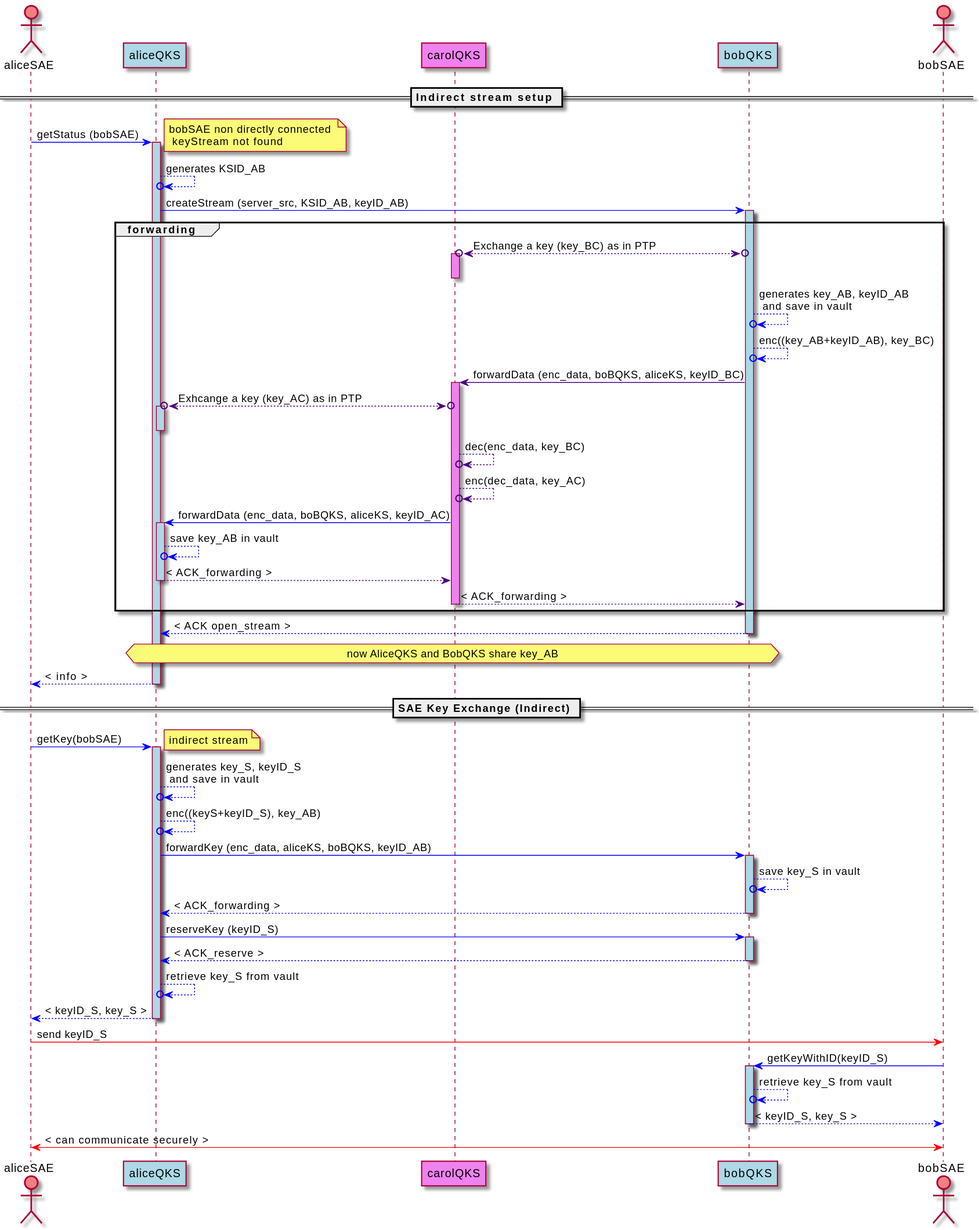
This is docs/img/TN_sequence_diagram.svg from ignaziopedone/qkd-keyserver, a PlantUML export, as it was before one commit. Its diagram source:
```plantuml
@startuml
actor aliceSAE as ASAE order 1  #lightCoral
actor bobSAE as BSAE order 5  #lightCoral
participant aliceQKS as AQKS order 2 #LightBlue
participant bobQKS as BQKS order 4 #LightBlue
participant carolQKS as CQKS order 3 #violet


== Indirect stream setup ==
ASAE -[#blue]> AQKS : getStatus (bobSAE)
activate AQKS #LightBlue
note right: bobSAE non directly connected \n keyStream not found
AQKS -[#blue]->o AQKS : generates KSID_AB
AQKS -[#blue]> BQKS : createStream (server_src, KSID_AB, keyID_AB)
activate BQKS #LightBlue

group forwarding
BQKS o<-[#indigo]->o CQKS :  Exchange a key (key_BC) as in PTP
activate CQKS #violet
deactivate CQKS
BQKS -[#blue]->o BQKS : generates key_AB, keyID_AB \n and save in vault
BQKS -[#blue]->o BQKS : enc((key_AB+keyID_AB), key_BC)
BQKS -[#indigo]> CQKS : forwardData (enc_data, boBQKS, aliceKS, keyID_BC)
activate CQKS #violet

CQKS o<-[#indigo]->o AQKS : Exhcange a key (key_AC) as in PTP
activate AQKS #LightBlue
deactivate AQKS
CQKS -[#indigo]->o CQKS : dec(enc_data, key_BC)
CQKS -[#indigo]->o CQKS : enc(dec_data, key_AC)
CQKS -[#blue]> AQKS : forwardData (enc_data, boBQKS, aliceKS, keyID_AC)
activate AQKS #LightBlue
AQKS -[#blue]->o AQKS : save key_AB in vault
AQKS -[#indigo]-> CQKS : < ACK_forwarding >
deactivate AQKS
CQKS -[#indigo]-> BQKS : < ACK_forwarding >
deactivate CQKS
end

BQKS -[#blue]-> AQKS : < ACK open_stream >
deactivate BQKS
hnote over AQKS,BQKS : now AliceQKS and BobQKS share key_AB
AQKS -[#blue]-> ASAE : < info >
deactivate AQKS


== SAE Key Exchange (Indirect) ==

ASAE -[#blue]> AQKS : getKey(bobSAE)
activate AQKS #LightBlue
note right: indirect stream
AQKS -[#blue]->o AQKS : generates key_S, keyID_S \n and save in vault
AQKS -[#blue]->o AQKS : enc((keyS+keyID_S), key_AB)
AQKS -[#blue]> BQKS : forwardKey (enc_data, aliceKS, boBQKS, keyID_AB)
activate BQKS #LightBlue
BQKS -[#blue]->o BQKS :save key_S in vault
BQKS -[#blue]-> AQKS : < ACK_forwarding >
deactivate BQKS
AQKS -[#blue]> BQKS : reserveKey (keyID_S)
activate BQKS #LightBlue
BQKS -[#blue]-> AQKS : < ACK_reserve >
deactivate BQKS
AQKS -[#blue]->o AQKS : retrieve key_S from vault
AQKS -[#blue]-> ASAE : < keyID_S, key_S >
deactivate AQKS
ASAE -[#red]> BSAE : send keyID_S
BSAE -[#blue]> BQKS : getKeyWithID(keyID_S)
activate BQKS #LightBlue
BQKS -[#blue]->o BQKS : retrieve key_S from vault
BQKS -[#blue]-> BSAE : < keyID_S, key_S >
deactivate BQKS
ASAE <-[#red]> BSAE : < can communicate securely >
@enduml
```
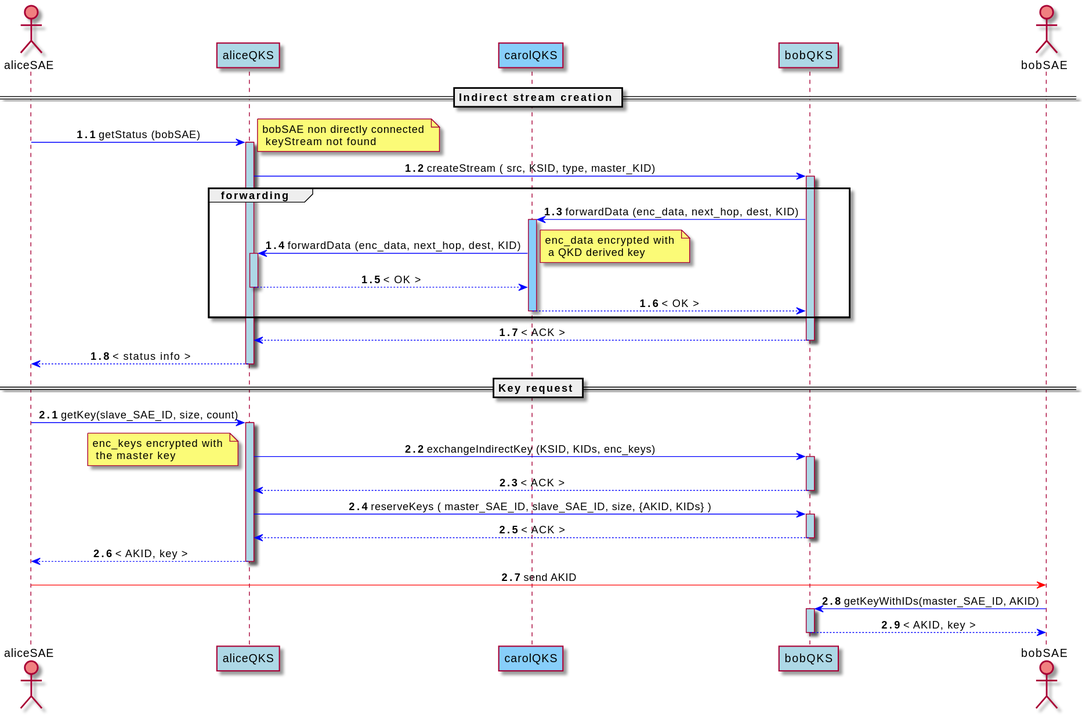
After the commit.

Commit message:
updated sequence diagrams

Change to the diagram source:
```diff
@@ -1,73 +1,39 @@
 @startuml
+skinparam sequenceMessageAlign center
 actor aliceSAE as ASAE order 1  #lightCoral
 actor bobSAE as BSAE order 5  #lightCoral
 participant aliceQKS as AQKS order 2 #LightBlue
 participant bobQKS as BQKS order 4 #LightBlue
-participant carolQKS as CQKS order 3 #violet
+participant carolQKS as CQKS order 3 #lightskyblue
+
+== Indirect stream creation ==
+autonumber 1.1
+ASAE -[#blue]> AQKS ++ #LightBlue: getStatus (bobSAE)
+note right: bobSAE non directly connected \n keyStream not found
+AQKS -[#blue]> BQKS ++ #lightblue : createStream ( src, KSID, type, master_KID)
+
+group forwarding
+BQKS -[#blue]> CQKS ++ #lightskyblue: forwardData (enc_data, next_hop, dest, KID)
+CQKS -[#blue]> AQKS ++ #lightblue: forwardData (enc_data, next_hop, dest, KID)
+note right: enc_data encrypted with \n a QKD derived key
+AQKS -[#blue]-> CQKS --: < OK >
+CQKS -[#blue]-> BQKS --: < OK >
+end
+
+BQKS -[#blue]-> AQKS --: < ACK >
+AQKS -[#blue]-> ASAE --: < status info >
 
 
-== Indirect stream setup ==
-ASAE -[#blue]> AQKS : getStatus (bobSAE)
-activate AQKS #LightBlue
-note right: bobSAE non directly connected \n keyStream not found
-AQKS -[#blue]->o AQKS : generates KSID_AB
-AQKS -[#blue]> BQKS : createStream (server_src, KSID_AB, keyID_AB)
-activate BQKS #LightBlue
-
-group forwarding
-BQKS o<-[#indigo]->o CQKS :  Exchange a key (key_BC) as in PTP
-activate CQKS #violet
-deactivate CQKS
-BQKS -[#blue]->o BQKS : generates key_AB, keyID_AB \n and save in vault
-BQKS -[#blue]->o BQKS : enc((key_AB+keyID_AB), key_BC)
-BQKS -[#indigo]> CQKS : forwardData (enc_data, boBQKS, aliceKS, keyID_BC)
-activate CQKS #violet
-
-CQKS o<-[#indigo]->o AQKS : Exhcange a key (key_AC) as in PTP
-activate AQKS #LightBlue
-deactivate AQKS
-CQKS -[#indigo]->o CQKS : dec(enc_data, key_BC)
-CQKS -[#indigo]->o CQKS : enc(dec_data, key_AC)
-CQKS -[#blue]> AQKS : forwardData (enc_data, boBQKS, aliceKS, keyID_AC)
-activate AQKS #LightBlue
-AQKS -[#blue]->o AQKS : save key_AB in vault
-AQKS -[#indigo]-> CQKS : < ACK_forwarding >
-deactivate AQKS
-CQKS -[#indigo]-> BQKS : < ACK_forwarding >
-deactivate CQKS
-end
-
-BQKS -[#blue]-> AQKS : < ACK open_stream >
-deactivate BQKS
-hnote over AQKS,BQKS : now AliceQKS and BobQKS share key_AB
-AQKS -[#blue]-> ASAE : < info >
-deactivate AQKS
-
-
-== SAE Key Exchange (Indirect) ==
-
-ASAE -[#blue]> AQKS : getKey(bobSAE)
-activate AQKS #LightBlue
-note right: indirect stream
-AQKS -[#blue]->o AQKS : generates key_S, keyID_S \n and save in vault
-AQKS -[#blue]->o AQKS : enc((keyS+keyID_S), key_AB)
-AQKS -[#blue]> BQKS : forwardKey (enc_data, aliceKS, boBQKS, keyID_AB)
-activate BQKS #LightBlue
-BQKS -[#blue]->o BQKS :save key_S in vault
-BQKS -[#blue]-> AQKS : < ACK_forwarding >
-deactivate BQKS
-AQKS -[#blue]> BQKS : reserveKey (keyID_S)
-activate BQKS #LightBlue
-BQKS -[#blue]-> AQKS : < ACK_reserve >
-deactivate BQKS
-AQKS -[#blue]->o AQKS : retrieve key_S from vault
-AQKS -[#blue]-> ASAE : < keyID_S, key_S >
-deactivate AQKS
-ASAE -[#red]> BSAE : send keyID_S
-BSAE -[#blue]> BQKS : getKeyWithID(keyID_S)
-activate BQKS #LightBlue
-BQKS -[#blue]->o BQKS : retrieve key_S from vault
-BQKS -[#blue]-> BSAE : < keyID_S, key_S >
-deactivate BQKS
-ASAE <-[#red]> BSAE : < can communicate securely >
+== Key request ==
+autonumber inc A
+ASAE -[#blue]> AQKS ++ #LightBlue: getKey(slave_SAE_ID, size, count)
+AQKS -[#blue]> BQKS ++ #LightBlue: exchangeIndirectKey (KSID, KIDs, enc_keys)
+note left: enc_keys encrypted with \n the master key
+BQKS -[#blue]-> AQKS --: < ACK >
+AQKS -[#blue]> BQKS ++ #LightBlue:  reserveKeys ( master_SAE_ID, slave_SAE_ID, size, {AKID, KIDs} )
+BQKS -[#blue]-> AQKS --: < ACK >
+AQKS -[#blue]-> ASAE -- : < AKID, key >
+ASAE -[#red]> BSAE : send AKID
+BSAE -[#blue]> BQKS ++ #LightBlue: getKeyWithIDs(master_SAE_ID, AKID)
+BQKS -[#blue]-> BSAE --: < AKID, key >
 @enduml
```
